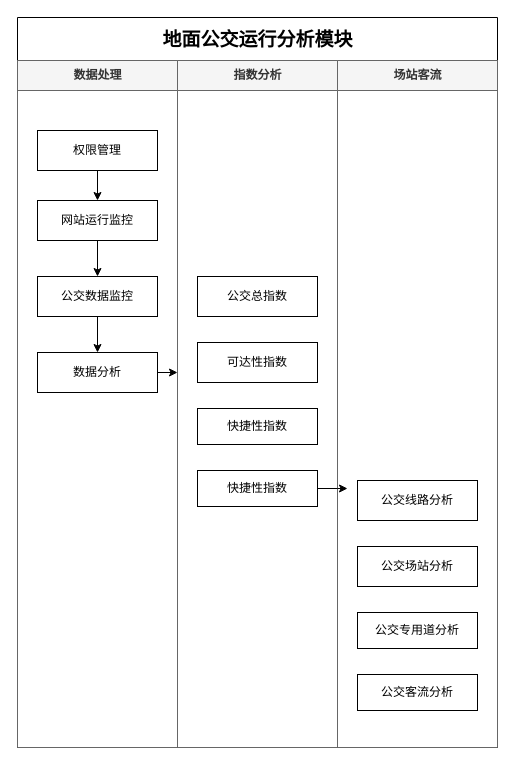
This is 天津指数项目-地面公交运行分析子模块.drawio from SmileLikeYe/drawio, a draw.io file, before an edit. Source tidied: cells renumbered, new cells numbered last; positions are measured from the earlier drawing's top-left corner, leaving out a move shared by most shapes. Both pictures are drawn from the tidied source at 100%, with x=0, y=0 at pixel (17, 17).
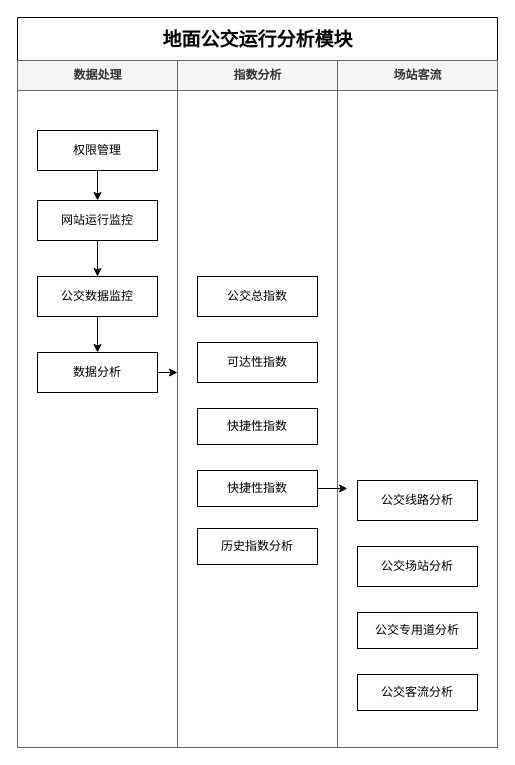
The same page after the edit.

Commit message:
Added 天津指数项目-地面公交运行分析子模块.drawio

The change refers to these unchanged cells:
```xml
<mxCell id="11" value="指数分析" style="swimlane;html=1;startSize=30;fillColor=#f5f5f5;strokeColor=#666666;fontColor=#333333;" parent="2" vertex="1">
  <mxGeometry x="160" y="43" width="160" height="687" as="geometry" />
</mxCell>
```

Diff of the diagram source:
```diff
@@
+    <mxCell id="23" value="历史指数分析" style="rounded=0;whiteSpace=wrap;html=1;" parent="11" vertex="1">
+      <mxGeometry x="20" y="468" width="120" height="36" as="geometry" />
+    </mxCell>
```
